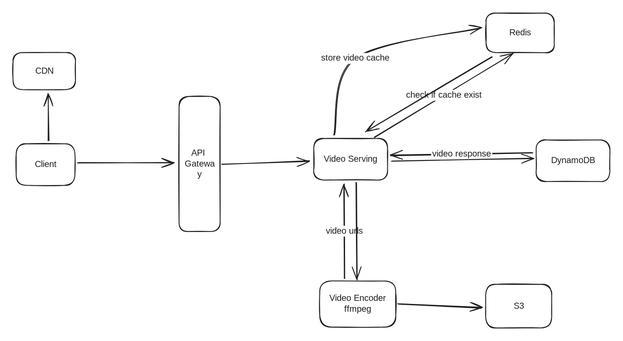
Above: .gitbook/assets/file.excalidraw.svg in dongzeli95/swe-interview (Excalidraw), before the change. Source tidied: one line per element, renumbered; positions are measured from the earlier drawing's top-left corner, leaving out a move shared by most shapes.
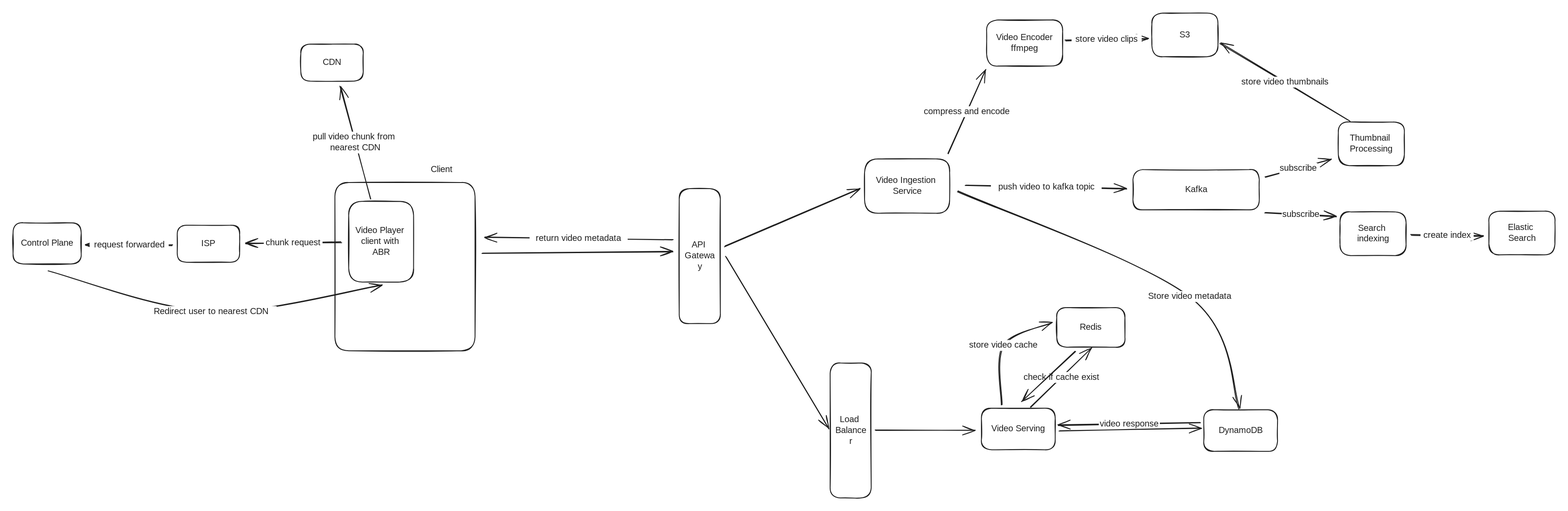
The same diagram one commit later.

Change to the diagram source:
```diff
@@ -1,31 +1,72 @@
-{"id": 0, "type": "rectangle", "strokeColor": "#1e1e1e", "strokeWidth": 2, "roughness": 1, "round": true, "x": 7, "y": 301, "width": 135, "height": 95}
+{"id": 0, "type": "rectangle", "strokeColor": "#1e1e1e", "strokeWidth": 2, "roughness": 1, "round": true, "x": -411, "y": 178, "width": 323, "height": 388}
-{"id": 1, "type": "text", "text": "Client", "strokeColor": "#1e1e1e", "strokeWidth": 2, "roughness": 1, "fontSize": 20, "fontFamily": 1, "textAlign": "center", "verticalAlign": "middle", "inside": 0, "x": 48, "y": 336, "width": 54, "height": 25}
-{"id": 2, "type": "rectangle", "strokeColor": "#1e1e1e", "strokeWidth": 2, "roughness": 1, "round": true, "x": 693, "y": 289, "width": 170, "height": 96}
+{"id": 2, "type": "rectangle", "strokeColor": "#1e1e1e", "strokeWidth": 2, "roughness": 1, "round": true, "x": 1078, "y": 698, "width": 170, "height": 96}
-{"id": 3, "type": "text", "text": "Video Serving", "strokeColor": "#1e1e1e", "strokeWidth": 2, "roughness": 1, "fontSize": 20, "fontFamily": 1, "textAlign": "center", "verticalAlign": "middle", "inside": 2, "x": 716, "y": 324, "width": 124, "height": 25}
+{"id": 3, "type": "text", "text": "Video Serving", "strokeColor": "#1e1e1e", "strokeWidth": 2, "roughness": 1, "fontSize": 20, "fontFamily": 1, "textAlign": "center", "verticalAlign": "middle", "inside": 2, "x": 1101, "y": 733, "width": 124, "height": 25}
-{"id": 4, "type": "rectangle", "strokeColor": "#1e1e1e", "strokeWidth": 2, "roughness": 1, "round": true, "x": 0, "y": 91, "width": 144, "height": 85}
+{"id": 4, "type": "rectangle", "strokeColor": "#1e1e1e", "strokeWidth": 2, "roughness": 1, "round": true, "x": -490, "y": -141, "width": 144, "height": 85}
-{"id": 5, "type": "text", "text": "CDN", "strokeColor": "#1e1e1e", "strokeWidth": 2, "roughness": 1, "fontSize": 20, "fontFamily": 1, "textAlign": "center", "verticalAlign": "middle", "inside": 4, "x": 51, "y": 121, "width": 41, "height": 25}
+{"id": 5, "type": "text", "text": "CDN", "strokeColor": "#1e1e1e", "strokeWidth": 2, "roughness": 1, "fontSize": 20, "fontFamily": 1, "textAlign": "center", "verticalAlign": "middle", "inside": 4, "x": -439, "y": -111, "width": 41, "height": 25}
-{"id": 6, "type": "rectangle", "strokeColor": "#1e1e1e", "strokeWidth": 2, "roughness": 1, "round": true, "x": 1205, "y": 292, "width": 170, "height": 96}
+{"id": 6, "type": "rectangle", "strokeColor": "#1e1e1e", "strokeWidth": 2, "roughness": 1, "round": true, "x": 1590, "y": 701, "width": 170, "height": 96}
-{"id": 7, "type": "text", "text": "DynamoDB", "strokeColor": "#1e1e1e", "strokeWidth": 2, "roughness": 1, "fontSize": 20, "fontFamily": 1, "textAlign": "center", "verticalAlign": "middle", "inside": 6, "x": 1239, "y": 327, "width": 102, "height": 25}
+{"id": 7, "type": "text", "text": "DynamoDB", "strokeColor": "#1e1e1e", "strokeWidth": 2, "roughness": 1, "fontSize": 20, "fontFamily": 1, "textAlign": "center", "verticalAlign": "middle", "inside": 6, "x": 1625, "y": 737, "width": 102, "height": 25}
 {"id": 8, "type": "rectangle", "strokeColor": "#1e1e1e", "strokeWidth": 2, "roughness": 1, "round": true, "x": 382, "y": 192, "width": 95, "height": 311}
 {"id": 9, "type": "text", "text": "API \nGatewa\ny", "strokeColor": "#1e1e1e", "strokeWidth": 2, "roughness": 1, "fontSize": 20, "fontFamily": 1, "textAlign": "center", "verticalAlign": "middle", "inside": 8, "x": 391, "y": 310, "width": 77, "height": 75}
-{"id": 10, "type": "arrow", "strokeColor": "#1e1e1e", "strokeWidth": 2, "roughness": 1, "endArrowhead": "arrow", "round": true, "from": 0, "to": 8, "x": 149, "y": 345, "width": 222, "height": 0, "points": [[0, 0], [222, 0]]}
-{"id": 11, "type": "arrow", "strokeColor": "#1e1e1e", "strokeWidth": 2, "roughness": 1, "endArrowhead": "arrow", "round": true, "from": 8, "to": 2, "x": 482, "y": 348, "width": 200, "height": 8, "points": [[0, 0], [200, -8]]}
-{"id": 12, "type": "arrow", "strokeColor": "#1e1e1e", "strokeWidth": 2, "roughness": 1, "endArrowhead": "arrow", "round": true, "from": 2, "to": 6, "x": 872, "y": 340, "width": 327, "height": 5, "points": [[0, 0], [327, -5]]}
+{"id": 12, "type": "arrow", "strokeColor": "#1e1e1e", "strokeWidth": 2, "roughness": 1, "endArrowhead": "arrow", "round": true, "from": 2, "to": 6, "x": 1257, "y": 750, "width": 327, "height": 5, "points": [[0, 0], [327, -5]]}
-{"id": 13, "type": "arrow", "strokeColor": "#1e1e1e", "strokeWidth": 2, "roughness": 1, "endArrowhead": "arrow", "round": true, "from": 0, "to": 4, "x": 81, "y": 293, "width": 0, "height": 107, "points": [[0, 0], [0, -107]]}
-{"id": 14, "type": "rectangle", "strokeColor": "#1e1e1e", "strokeWidth": 2, "roughness": 1, "round": true, "x": 1090, "y": 0, "width": 157, "height": 91}
+{"id": 14, "type": "rectangle", "strokeColor": "#1e1e1e", "strokeWidth": 2, "roughness": 1, "round": true, "x": 1252, "y": 466, "width": 157, "height": 91}
-{"id": 15, "type": "text", "text": "Redis", "strokeColor": "#1e1e1e", "strokeWidth": 2, "roughness": 1, "fontSize": 20, "fontFamily": 1, "textAlign": "center", "verticalAlign": "middle", "inside": 14, "x": 1143, "y": 33, "width": 51, "height": 25}
+{"id": 15, "type": "text", "text": "Redis", "strokeColor": "#1e1e1e", "strokeWidth": 2, "roughness": 1, "fontSize": 20, "fontFamily": 1, "textAlign": "center", "verticalAlign": "middle", "inside": 14, "x": 1305, "y": 499, "width": 51, "height": 25}
-{"id": 16, "type": "arrow", "strokeColor": "#1e1e1e", "strokeWidth": 2, "roughness": 1, "endArrowhead": "arrow", "round": true, "from": 2, "to": 14, "x": 833, "y": 285, "width": 320, "height": 192, "points": [[0, 0], [320, -192]]}
+{"id": 16, "type": "arrow", "strokeColor": "#1e1e1e", "strokeWidth": 2, "roughness": 1, "endArrowhead": "arrow", "round": true, "from": 2, "to": 14, "x": 1191, "y": 694, "width": 141, "height": 135, "points": [[0, 0], [141, -135]]}
 {"id": 17, "type": "text", "text": "check if cache exist", "strokeColor": "#1e1e1e", "strokeWidth": 2, "roughness": 1, "fontSize": 20, "fontFamily": 1, "textAlign": "center", "verticalAlign": "middle", "inside": 16, "x": 809, "y": 211, "width": 198, "height": 25}
-{"id": 18, "type": "arrow", "strokeColor": "#1e1e1e", "strokeWidth": 2, "roughness": 1, "endArrowhead": "arrow", "round": true, "from": 6, "to": 2, "x": 1197, "y": 322, "width": 327, "height": 7, "points": [[0, 0], [-327, 7]]}
+{"id": 18, "type": "arrow", "strokeColor": "#1e1e1e", "strokeWidth": 2, "roughness": 1, "endArrowhead": "arrow", "round": true, "from": 6, "to": 2, "x": 1583, "y": 731, "width": 327, "height": 7, "points": [[0, 0], [-327, 7]]}
 {"id": 19, "type": "text", "text": "video response", "strokeColor": "#1e1e1e", "strokeWidth": 2, "roughness": 1, "fontSize": 20, "fontFamily": 1, "textAlign": "center", "verticalAlign": "middle", "inside": 18, "x": 963, "y": 312, "width": 141, "height": 25}
-{"id": 20, "type": "arrow", "strokeColor": "#1e1e1e", "strokeWidth": 2, "roughness": 1, "endArrowhead": "arrow", "round": true, "from": 14, "to": 2, "x": 1104, "y": 101, "width": 291, "height": 172, "points": [[0, 0], [-291, 172]]}
+{"id": 20, "type": "arrow", "strokeColor": "#1e1e1e", "strokeWidth": 2, "roughness": 1, "endArrowhead": "arrow", "round": true, "from": 14, "to": 2, "x": 1295, "y": 567, "width": 123, "height": 115, "points": [[0, 0], [-123, 115]]}
-{"id": 21, "type": "arrow", "strokeColor": "#1e1e1e", "strokeWidth": 2, "roughness": 1, "endArrowhead": "arrow", "round": true, "from": 2, "to": 14, "x": 739, "y": 280, "width": 339, "height": 246, "points": [[0, 0], [49, -175], [339, -246]]}
+{"id": 21, "type": "arrow", "strokeColor": "#1e1e1e", "strokeWidth": 2, "roughness": 1, "endArrowhead": "arrow", "round": true, "from": 2, "to": 14, "x": 1124, "y": 689, "width": 116, "height": 188, "points": [[0, 0], [4, -136], [116, -188]]}
 {"id": 22, "type": "text", "text": "store video cache", "strokeColor": "#1e1e1e", "strokeWidth": 2, "roughness": 1, "fontSize": 20, "fontFamily": 1, "textAlign": "center", "verticalAlign": "middle", "inside": 21, "x": 714, "y": 65, "width": 175, "height": 25}
-{"id": 23, "type": "rectangle", "strokeColor": "#1e1e1e", "strokeWidth": 2, "roughness": 1, "round": true, "x": 1089, "y": 624, "width": 152, "height": 101}
+{"id": 31, "type": "rectangle", "strokeColor": "#1e1e1e", "strokeWidth": 2, "roughness": 1, "round": true, "x": -775, "y": 276, "width": 144, "height": 85}
+{"id": 32, "type": "text", "text": "ISP", "strokeColor": "#1e1e1e", "strokeWidth": 2, "roughness": 1, "fontSize": 20, "fontFamily": 1, "textAlign": "center", "verticalAlign": "middle", "inside": 31, "x": -721, "y": 306, "width": 36, "height": 25}
+{"id": 1, "type": "text", "text": "Client", "strokeColor": "#1e1e1e", "strokeWidth": 2, "roughness": 1, "fontSize": 20, "fontFamily": 1, "x": -190, "y": 136, "width": 54, "height": 25}
+{"id": 33, "type": "rectangle", "strokeColor": "#1e1e1e", "strokeWidth": 2, "roughness": 1, "round": true, "x": -380, "y": 221, "width": 149, "height": 186}
+{"id": 34, "type": "text", "text": "Video Player \nclient with \nABR", "strokeColor": "#1e1e1e", "strokeWidth": 2, "roughness": 1, "fontSize": 20, "fontFamily": 1, "textAlign": "center", "verticalAlign": "middle", "inside": 33, "x": -369, "y": 277, "width": 129, "height": 75}
+{"id": 35, "type": "arrow", "strokeColor": "#1e1e1e", "strokeWidth": 2, "roughness": 1, "endArrowhead": "arrow", "round": true, "from": 33, "to": 31, "x": -397, "y": 315, "width": 221, "height": 4, "points": [[0, 0], [-221, 4]]}
+{"id": 36, "type": "text", "text": "chunk request", "strokeColor": "#1e1e1e", "strokeWidth": 2, "roughness": 1, "fontSize": 20, "fontFamily": 1, "textAlign": "center", "verticalAlign": "middle", "inside": 35, "x": -575, "y": 304, "width": 135, "height": 25}
+{"id": 37, "type": "arrow", "strokeColor": "#1e1e1e", "strokeWidth": 2, "roughness": 1, "endArrowhead": "arrow", "round": true, "from": 0, "to": 8, "x": -72, "y": 341, "width": 438, "height": 4, "points": [[0, 0], [438, -4]]}
+{"id": 38, "type": "arrow", "strokeColor": "#1e1e1e", "strokeWidth": 2, "roughness": 1, "endArrowhead": "arrow", "round": true, "from": 8, "to": 0, "x": 366, "y": 309, "width": 432, "height": 5, "points": [[0, 0], [-432, -5]]}
+{"id": 39, "type": "text", "text": "return video metadata", "strokeColor": "#1e1e1e", "strokeWidth": 2, "roughness": 1, "fontSize": 20, "fontFamily": 1, "textAlign": "center", "verticalAlign": "middle", "inside": 38, "x": 37, "y": 294, "width": 226, "height": 25}
+{"id": 40, "type": "rectangle", "strokeColor": "#1e1e1e", "strokeWidth": 2, "roughness": 1, "round": true, "x": -1153, "y": 271, "width": 157, "height": 95}
+{"id": 41, "type": "text", "text": "Control Plane", "strokeColor": "#1e1e1e", "strokeWidth": 2, "roughness": 1, "fontSize": 20, "fontFamily": 1, "textAlign": "center", "verticalAlign": "middle", "inside": 40, "x": -1140, "y": 306, "width": 132, "height": 25}
+{"id": 42, "type": "rectangle", "strokeColor": "#1e1e1e", "strokeWidth": 2, "roughness": 1, "round": true, "x": 1471, "y": -213, "width": 152, "height": 101}
-{"id": 24, "type": "text", "text": "S3", "strokeColor": "#1e1e1e", "strokeWidth": 2, "roughness": 1, "fontSize": 20, "fontFamily": 1, "textAlign": "center", "verticalAlign": "middle", "inside": 23, "x": 1152, "y": 662, "width": 26, "height": 25}
+{"id": 24, "type": "text", "text": "S3", "strokeColor": "#1e1e1e", "strokeWidth": 2, "roughness": 1, "fontSize": 20, "fontFamily": 1, "textAlign": "center", "verticalAlign": "middle", "inside": 42, "x": 1534, "y": -175, "width": 26, "height": 25}
-{"id": 25, "type": "arrow", "strokeColor": "#1e1e1e", "strokeWidth": 2, "roughness": 1, "endArrowhead": "arrow", "round": true, "from": 2, "to": 26, "x": 791, "y": 391, "width": 2, "height": 223, "points": [[0, 0], [2, 223]]}
-{"id": 26, "type": "rectangle", "strokeColor": "#1e1e1e", "strokeWidth": 2, "roughness": 1, "round": true, "x": 707, "y": 617, "width": 175, "height": 106}
+{"id": 43, "type": "rectangle", "strokeColor": "#1e1e1e", "strokeWidth": 2, "roughness": 1, "round": true, "x": 1090, "y": -197, "width": 175, "height": 106}
-{"id": 27, "type": "text", "text": "Video Encoder\nffmpeg", "strokeColor": "#1e1e1e", "strokeWidth": 2, "roughness": 1, "fontSize": 20, "fontFamily": 1, "textAlign": "center", "verticalAlign": "middle", "inside": 26, "x": 728, "y": 645, "width": 133, "height": 50}
+{"id": 27, "type": "text", "text": "Video Encoder\nffmpeg", "strokeColor": "#1e1e1e", "strokeWidth": 2, "roughness": 1, "fontSize": 20, "fontFamily": 1, "textAlign": "center", "verticalAlign": "middle", "inside": 43, "x": 1111, "y": -169, "width": 133, "height": 50}
-{"id": 28, "type": "arrow", "strokeColor": "#1e1e1e", "strokeWidth": 2, "roughness": 1, "endArrowhead": "arrow", "round": true, "from": 26, "to": 23, "x": 888, "y": 670, "width": 192, "height": 9, "points": [[0, 0], [192, 9]]}
-{"id": 29, "type": "arrow", "strokeColor": "#1e1e1e", "strokeWidth": 2, "roughness": 1, "endArrowhead": "arrow", "round": true, "from": 26, "to": 2, "x": 763, "y": 610, "width": 1, "height": 217, "points": [[0, 0], [1, -217]]}
-{"id": 30, "type": "text", "text": "video urls", "strokeColor": "#1e1e1e", "strokeWidth": 2, "roughness": 1, "fontSize": 20, "fontFamily": 1, "textAlign": "center", "verticalAlign": "middle", "inside": 29, "x": 716, "y": 490, "width": 94, "height": 25}
+{"id": 44, "type": "arrow", "strokeColor": "#1e1e1e", "strokeWidth": 2, "roughness": 1, "endArrowhead": "arrow", "round": true, "from": 43, "to": 42, "x": 1271, "y": -150, "width": 191, "height": 4, "points": [[0, 0], [191, -4]]}
+{"id": 45, "type": "text", "text": "store video clips", "strokeColor": "#1e1e1e", "strokeWidth": 2, "roughness": 1, "fontSize": 20, "fontFamily": 1, "textAlign": "center", "verticalAlign": "middle", "inside": 44, "x": 1286, "y": -164, "width": 161, "height": 25}
+{"id": 46, "type": "arrow", "strokeColor": "#1e1e1e", "strokeWidth": 2, "roughness": 1, "endArrowhead": "arrow", "round": true, "from": 31, "to": 40, "x": -786, "y": 322, "width": 199, "height": 0, "points": [[0, 0], [-199, 0]]}
+{"id": 47, "type": "text", "text": "request forwarded", "strokeColor": "#1e1e1e", "strokeWidth": 2, "roughness": 1, "fontSize": 20, "fontFamily": 1, "textAlign": "center", "verticalAlign": "middle", "inside": 46, "x": -976, "y": 310, "width": 182, "height": 25}
+{"id": 48, "type": "arrow", "strokeColor": "#1e1e1e", "strokeWidth": 2, "roughness": 1, "endArrowhead": "arrow", "round": true, "from": 40, "to": 33, "x": -1071, "y": 381, "width": 769, "height": 94, "points": [[0, 0], [374, 94], [769, 33]]}
+{"id": 49, "type": "text", "text": "Redirect user to nearest CDN", "strokeColor": "#1e1e1e", "strokeWidth": 2, "roughness": 1, "fontSize": 20, "fontFamily": 1, "textAlign": "center", "verticalAlign": "middle", "inside": 48, "x": -848, "y": 463, "width": 302, "height": 25}
+{"id": 50, "type": "arrow", "strokeColor": "#1e1e1e", "strokeWidth": 2, "roughness": 1, "endArrowhead": "arrow", "round": true, "from": 33, "to": 4, "x": -330, "y": 216, "width": 69, "height": 260, "points": [[0, 0], [-69, -260]]}
+{"id": 51, "type": "text", "text": "pull video chunk from \nnearest CDN", "strokeColor": "#1e1e1e", "strokeWidth": 2, "roughness": 1, "fontSize": 20, "fontFamily": 1, "textAlign": "center", "verticalAlign": "middle", "inside": 50, "x": -431, "y": 55, "width": 212, "height": 50}
+{"id": 52, "type": "rectangle", "strokeColor": "#1e1e1e", "strokeWidth": 2, "roughness": 1, "round": true, "x": 730, "y": 594, "width": 95, "height": 311}
+{"id": 53, "type": "text", "text": "Load \nBalance\nr", "strokeColor": "#1e1e1e", "strokeWidth": 2, "roughness": 1, "fontSize": 20, "fontFamily": 1, "textAlign": "center", "verticalAlign": "middle", "inside": 52, "x": 738, "y": 712, "width": 77, "height": 75}
+{"id": 54, "type": "arrow", "strokeColor": "#1e1e1e", "strokeWidth": 2, "roughness": 1, "endArrowhead": "arrow", "round": true, "from": 8, "to": 52, "x": 489, "y": 349, "width": 237, "height": 395, "points": [[0, 0], [237, 395]]}
+{"id": 55, "type": "arrow", "strokeColor": "#1e1e1e", "strokeWidth": 2, "roughness": 1, "endArrowhead": "arrow", "round": true, "from": 52, "to": 2, "x": 835, "y": 749, "width": 229, "height": 0, "points": [[0, 0], [229, 0]]}
+{"id": 56, "type": "rectangle", "strokeColor": "#1e1e1e", "strokeWidth": 2, "roughness": 1, "round": true, "x": 809, "y": 123, "width": 196, "height": 125}
+{"id": 57, "type": "text", "text": "Video Ingestion \nService", "strokeColor": "#1e1e1e", "strokeWidth": 2, "roughness": 1, "fontSize": 20, "fontFamily": 1, "textAlign": "center", "verticalAlign": "middle", "inside": 56, "x": 829, "y": 161, "width": 156, "height": 50}
+{"id": 58, "type": "arrow", "strokeColor": "#1e1e1e", "strokeWidth": 2, "roughness": 1, "endArrowhead": "arrow", "round": true, "from": 8, "to": 56, "x": 487, "y": 325, "width": 310, "height": 133, "points": [[0, 0], [310, -133]]}
+{"id": 59, "type": "arrow", "strokeColor": "#1e1e1e", "strokeWidth": 2, "roughness": 1, "endArrowhead": "arrow", "round": true, "from": 56, "to": 43, "x": 1001, "y": 112, "width": 88, "height": 194, "points": [[0, 0], [88, -194]]}
+{"id": 60, "type": "text", "text": "compress and encode", "strokeColor": "#1e1e1e", "strokeWidth": 2, "roughness": 1, "fontSize": 20, "fontFamily": 1, "textAlign": "center", "verticalAlign": "middle", "inside": 59, "x": 1076, "y": 54, "width": 203, "height": 25}
+{"id": 61, "type": "arrow", "strokeColor": "#1e1e1e", "strokeWidth": 2, "roughness": 1, "endArrowhead": "arrow", "round": true, "from": 56, "to": 6, "x": 1024, "y": 198, "width": 648, "height": 500, "points": [[0, 0], [535, 242], [648, 500]]}
+{"id": 62, "type": "text", "text": "Store video metadata", "strokeColor": "#1e1e1e", "strokeWidth": 2, "roughness": 1, "fontSize": 20, "fontFamily": 1, "textAlign": "center", "verticalAlign": "middle", "inside": 61, "x": 1448, "y": 428, "width": 220, "height": 25}
+{"id": 63, "type": "arrow", "strokeColor": "#1e1e1e", "strokeWidth": 2, "roughness": 1, "endArrowhead": "arrow", "round": true, "to": 65, "x": 1042, "y": 184, "width": 372, "height": 8, "points": [[0, 0], [372, 8]]}
+{"id": 64, "type": "text", "text": "push video to kafka topic", "strokeColor": "#1e1e1e", "strokeWidth": 2, "roughness": 1, "fontSize": 20, "fontFamily": 1, "textAlign": "center", "verticalAlign": "middle", "inside": 63, "x": 1100, "y": 176, "width": 255, "height": 25}
+{"id": 65, "type": "rectangle", "strokeColor": "#1e1e1e", "strokeWidth": 2, "roughness": 1, "round": true, "x": 1427, "y": 148, "width": 291, "height": 93}
+{"id": 66, "type": "text", "text": "Kafka", "strokeColor": "#1e1e1e", "strokeWidth": 2, "roughness": 1, "fontSize": 20, "fontFamily": 1, "textAlign": "center", "verticalAlign": "middle", "inside": 65, "x": 1544, "y": 182, "width": 58, "height": 25}
+{"id": 67, "type": "rectangle", "strokeColor": "#1e1e1e", "strokeWidth": 2, "roughness": 1, "round": true, "x": 1904, "y": 246, "width": 152, "height": 101}
+{"id": 68, "type": "text", "text": "Search \nindexing", "strokeColor": "#1e1e1e", "strokeWidth": 2, "roughness": 1, "fontSize": 20, "fontFamily": 1, "textAlign": "center", "verticalAlign": "middle", "inside": 67, "x": 1943, "y": 271, "width": 75, "height": 50}
+{"id": 69, "type": "rectangle", "strokeColor": "#1e1e1e", "strokeWidth": 2, "roughness": 1, "round": true, "x": 1900, "y": 38, "width": 152, "height": 101}
+{"id": 70, "type": "text", "text": "Thumbnail \nProcessing", "strokeColor": "#1e1e1e", "strokeWidth": 2, "roughness": 1, "fontSize": 20, "fontFamily": 1, "textAlign": "center", "verticalAlign": "middle", "inside": 69, "x": 1925, "y": 64, "width": 102, "height": 50}
+{"id": 71, "type": "rectangle", "strokeColor": "#1e1e1e", "strokeWidth": 2, "roughness": 1, "round": true, "x": 2247, "y": 244, "width": 152, "height": 101}
+{"id": 72, "type": "text", "text": "Elastic \nSearch", "strokeColor": "#1e1e1e", "strokeWidth": 2, "roughness": 1, "fontSize": 20, "fontFamily": 1, "textAlign": "center", "verticalAlign": "middle", "inside": 71, "x": 2284, "y": 269, "width": 79, "height": 50}
+{"id": 73, "type": "arrow", "strokeColor": "#1e1e1e", "strokeWidth": 2, "roughness": 1, "endArrowhead": "arrow", "round": true, "from": 65, "to": 67, "x": 1732, "y": 248, "width": 164, "height": 8, "points": [[0, 0], [164, 8]]}
+{"id": 74, "type": "text", "text": "subscribe", "strokeColor": "#1e1e1e", "strokeWidth": 2, "roughness": 1, "fontSize": 20, "fontFamily": 1, "textAlign": "center", "verticalAlign": "middle", "inside": 73, "x": 1770, "y": 239, "width": 87, "height": 25}
+{"id": 75, "type": "arrow", "strokeColor": "#1e1e1e", "strokeWidth": 2, "roughness": 1, "endArrowhead": "arrow", "round": true, "from": 65, "to": 69, "x": 1732, "y": 166, "width": 153, "height": 42, "points": [[0, 0], [153, -42]]}
+{"id": 76, "type": "text", "text": "subscribe", "strokeColor": "#1e1e1e", "strokeWidth": 2, "roughness": 1, "fontSize": 20, "fontFamily": 1, "textAlign": "center", "verticalAlign": "middle", "inside": 75, "x": 1765, "y": 133, "width": 87, "height": 25}
+{"id": 77, "type": "arrow", "strokeColor": "#1e1e1e", "strokeWidth": 2, "roughness": 1, "endArrowhead": "arrow", "round": true, "from": 67, "to": 71, "x": 2068, "y": 299, "width": 166, "height": 1, "points": [[0, 0], [166, 1]]}
+{"id": 78, "type": "text", "text": "create index", "strokeColor": "#1e1e1e", "strokeWidth": 2, "roughness": 1, "fontSize": 20, "fontFamily": 1, "textAlign": "center", "verticalAlign": "middle", "inside": 77, "x": 2090, "y": 287, "width": 122, "height": 25}
+{"id": 79, "type": "arrow", "strokeColor": "#1e1e1e", "strokeWidth": 2, "roughness": 1, "endArrowhead": "arrow", "round": true, "from": 69, "to": 42, "x": 1926, "y": 36, "width": 298, "height": 180, "points": [[0, 0], [-298, -180]]}
+{"id": 80, "type": "text", "text": "store video thumbnails", "strokeColor": "#1e1e1e", "strokeWidth": 2, "roughness": 1, "fontSize": 20, "fontFamily": 1, "textAlign": "center", "verticalAlign": "middle", "inside": 79, "x": 1667, "y": -66, "width": 220, "height": 25}
```
